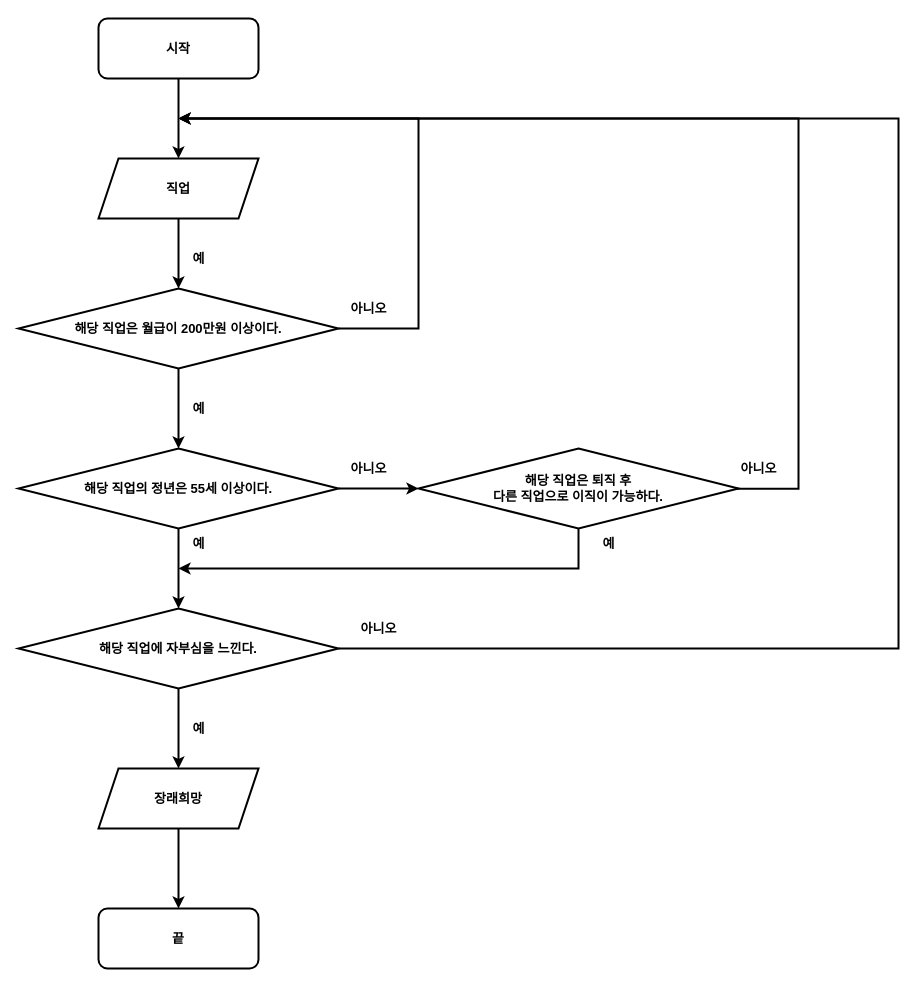
This is Untitled Diagram.drawio from mindychoi/WEB, a draw.io file, before an edit. Source tidied: cells renumbered, new cells numbered last; positions are measured from the earlier drawing's top-left corner, leaving out a move shared by most shapes. Both pictures are drawn from the tidied source at 100%, with x=0, y=0 at pixel (18, 18).
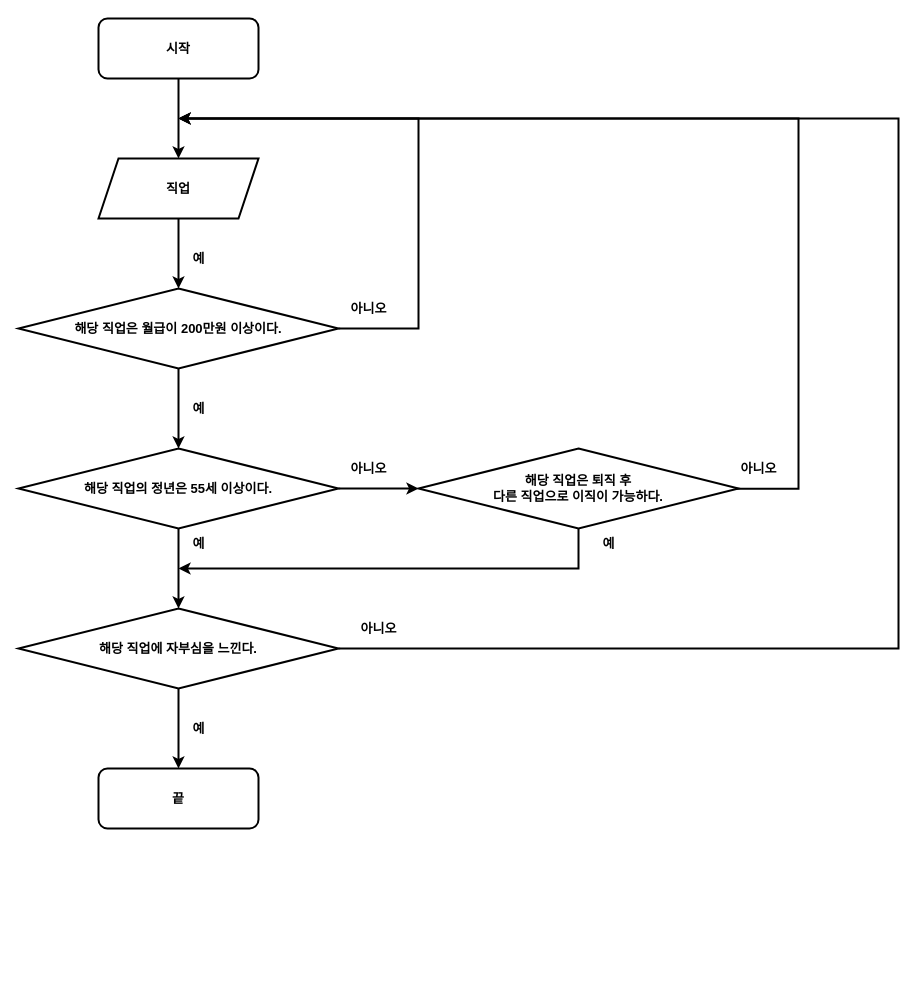
The same diagram, later.

Change to the diagram source:
```diff
@@
-    <mxCell id="25" style="edgeStyle=orthogonalEdgeStyle;rounded=0;jettySize=auto;html=1;fontSize=13;strokeWidth=2;" parent="1" edge="1" source="26" target="27">
-      <mxGeometry relative="1" as="geometry" />
-    </mxCell>
-    <mxCell id="26" value="장래희망" style="shape=parallelogram;perimeter=parallelogramPerimeter;whiteSpace=wrap;html=1;fixedSize=1;rounded=0;strokeWidth=2;fontStyle=1;fontSize=13;" parent="1" vertex="1">
-      <mxGeometry x="80" y="750" width="160" height="60" as="geometry" />
-    </mxCell>
     <mxCell id="27" value="끝" style="whiteSpace=wrap;html=1;fontSize=13;rounded=1;strokeWidth=2;fontStyle=1;" parent="1" vertex="1">
-      <mxGeometry x="80" y="890" width="160" height="60" as="geometry" />
+      <mxGeometry x="80" y="750" width="160" height="60" as="geometry" />
     </mxCell>
```
